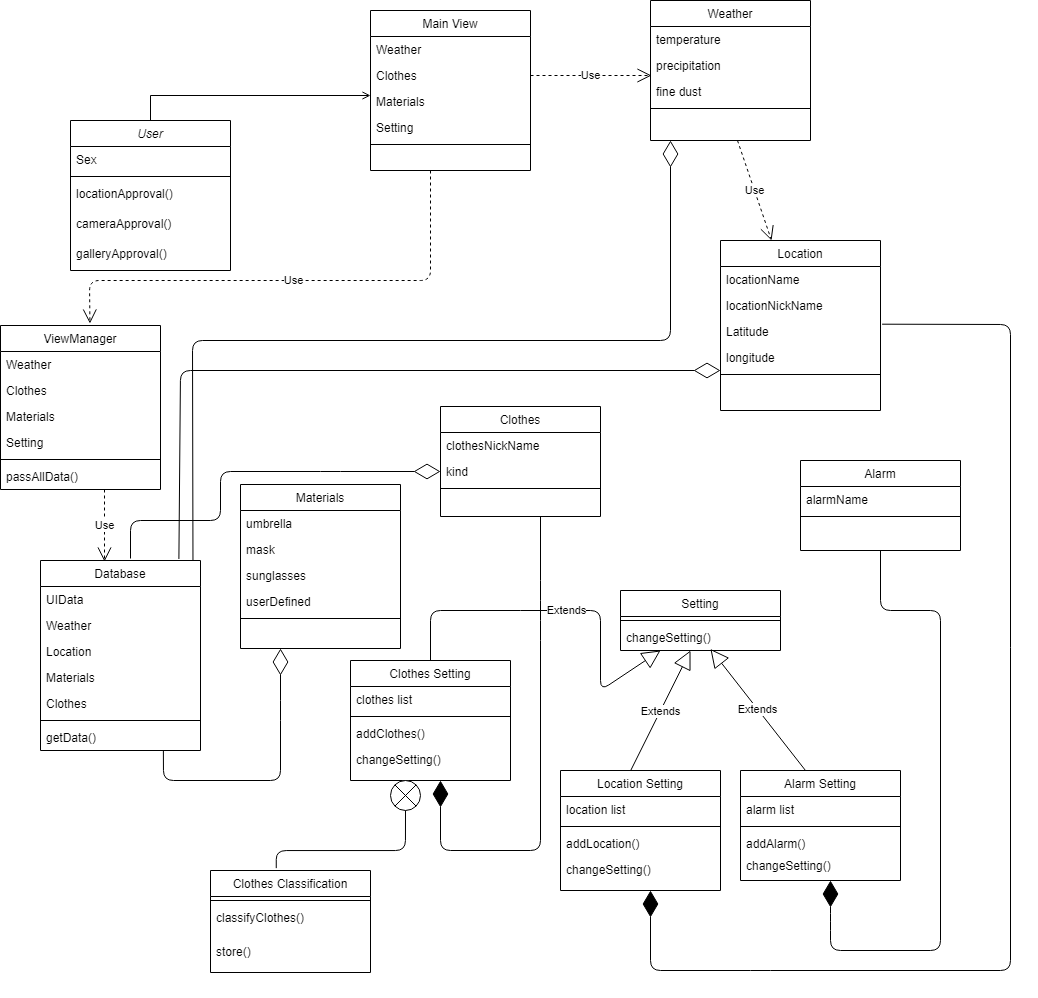
kong430/Moning-diagram keeps this draw.io diagram as class1.png. Above is the earlier version. Source tidied: cells renumbered, new cells last; positions are measured from the earlier drawing's top-left corner, leaving out a move shared by most shapes.
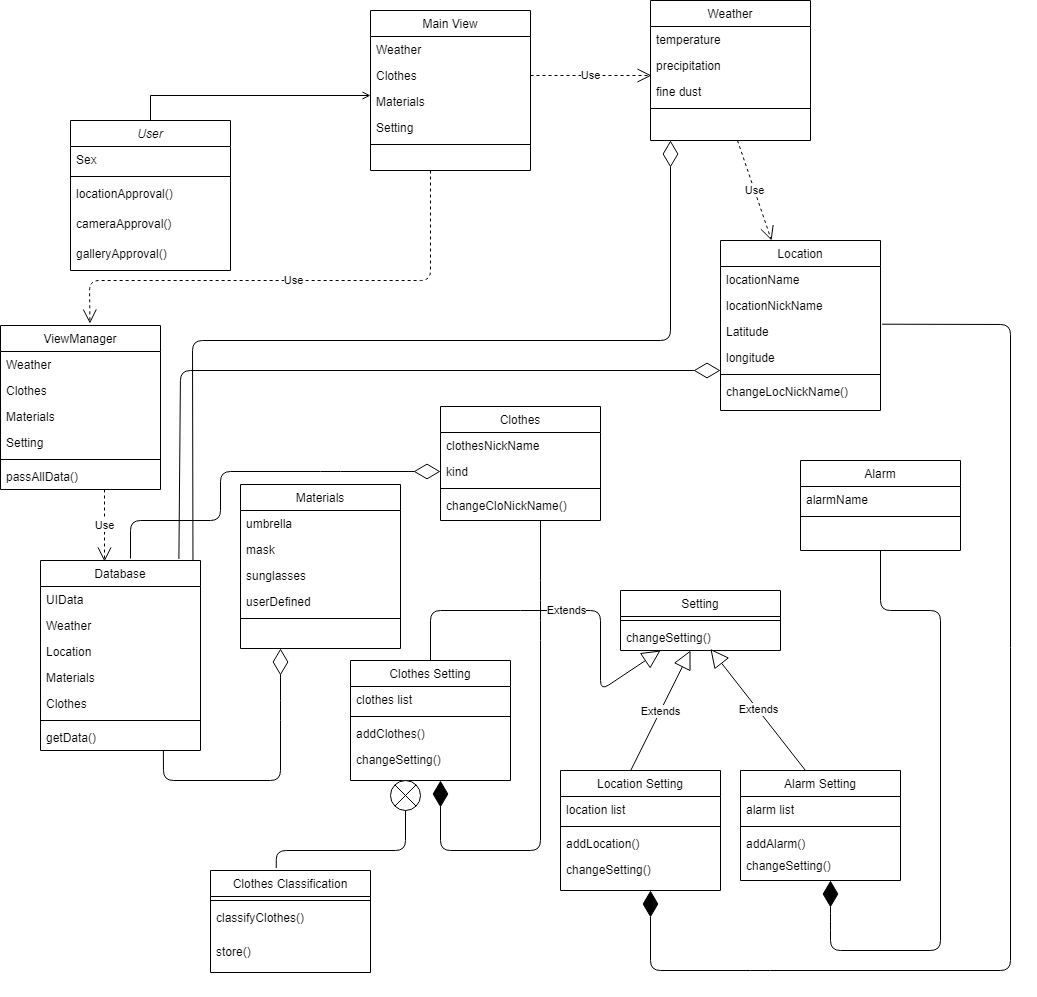
The same file after the commit.

The edit, as a diff of the source:
```diff
@@ -48,7 +48,7 @@
       </mxGeometry>
     </mxCell>
     <mxCell id="15" value="Clothes" style="swimlane;fontStyle=0;align=center;verticalAlign=top;horizontal=1;startSize=26;rounded=0;shadow=0;strokeWidth=1;" parent="1" vertex="1">
-      <mxGeometry x="440" y="406" width="160" height="110" as="geometry" />
+      <mxGeometry x="440" y="406" width="160" height="114" as="geometry" />
     </mxCell>
     <mxCell id="16" value="clothesNickName" style="text;align=left;verticalAlign=top;spacingLeft=4;spacingRight=4;overflow=hidden;" parent="15" vertex="1">
       <mxGeometry y="26" width="160" height="26" as="geometry" />
@@ -59,6 +59,9 @@
     <mxCell id="18" style="line;html=1;strokeWidth=1;align=left;verticalAlign=middle;spacingTop=-1;spacingLeft=3;spacingRight=3;labelPosition=right;" parent="15" vertex="1">
       <mxGeometry y="78" width="160" height="8" as="geometry" />
     </mxCell>
+    <mxCell id="92" value="changeCloNickName()" style="text;align=left;verticalAlign=top;spacingLeft=4;spacingRight=4;overflow=hidden;" parent="15" vertex="1">
+      <mxGeometry y="86" width="160" height="26" as="geometry" />
+    </mxCell>
     <mxCell id="19" value="Location" style="swimlane;fontStyle=0;align=center;verticalAlign=top;horizontal=1;startSize=26;rounded=0;shadow=0;strokeWidth=1;" parent="1" vertex="1">
       <mxGeometry x="720" y="240" width="160" height="170" as="geometry" />
     </mxCell>
@@ -77,6 +80,9 @@
     <mxCell id="24" style="line;html=1;strokeWidth=1;align=left;verticalAlign=middle;spacingTop=-1;spacingLeft=3;spacingRight=3;labelPosition=right;" parent="19" vertex="1">
       <mxGeometry y="130" width="160" height="8" as="geometry" />
     </mxCell>
+    <mxCell id="93" value="changeLocNickName()" style="text;align=left;verticalAlign=top;spacingLeft=4;spacingRight=4;overflow=hidden;" parent="19" vertex="1">
+      <mxGeometry y="138" width="160" height="26" as="geometry" />
+    </mxCell>
     <mxCell id="25" value="Use" style="endArrow=open;endSize=12;dashed=1;html=1;" parent="1" edge="1" target="19">
       <mxGeometry relative="1" as="geometry">
         <mxPoint x="737" y="140" as="sourcePoint" />
@@ -222,7 +228,7 @@
     </mxCell>
     <mxCell id="63" style="endArrow=diamondThin;endFill=1;endSize=24;html=1;" parent="1" edge="1">
       <mxGeometry relative="1" as="geometry">
-        <mxPoint x="540" y="516" as="sourcePoint" />
+        <mxPoint x="540" y="520" as="sourcePoint" />
         <mxPoint x="440" y="780" as="targetPoint" />
         <Array as="points">
           <mxPoint x="540" y="590" />
```
